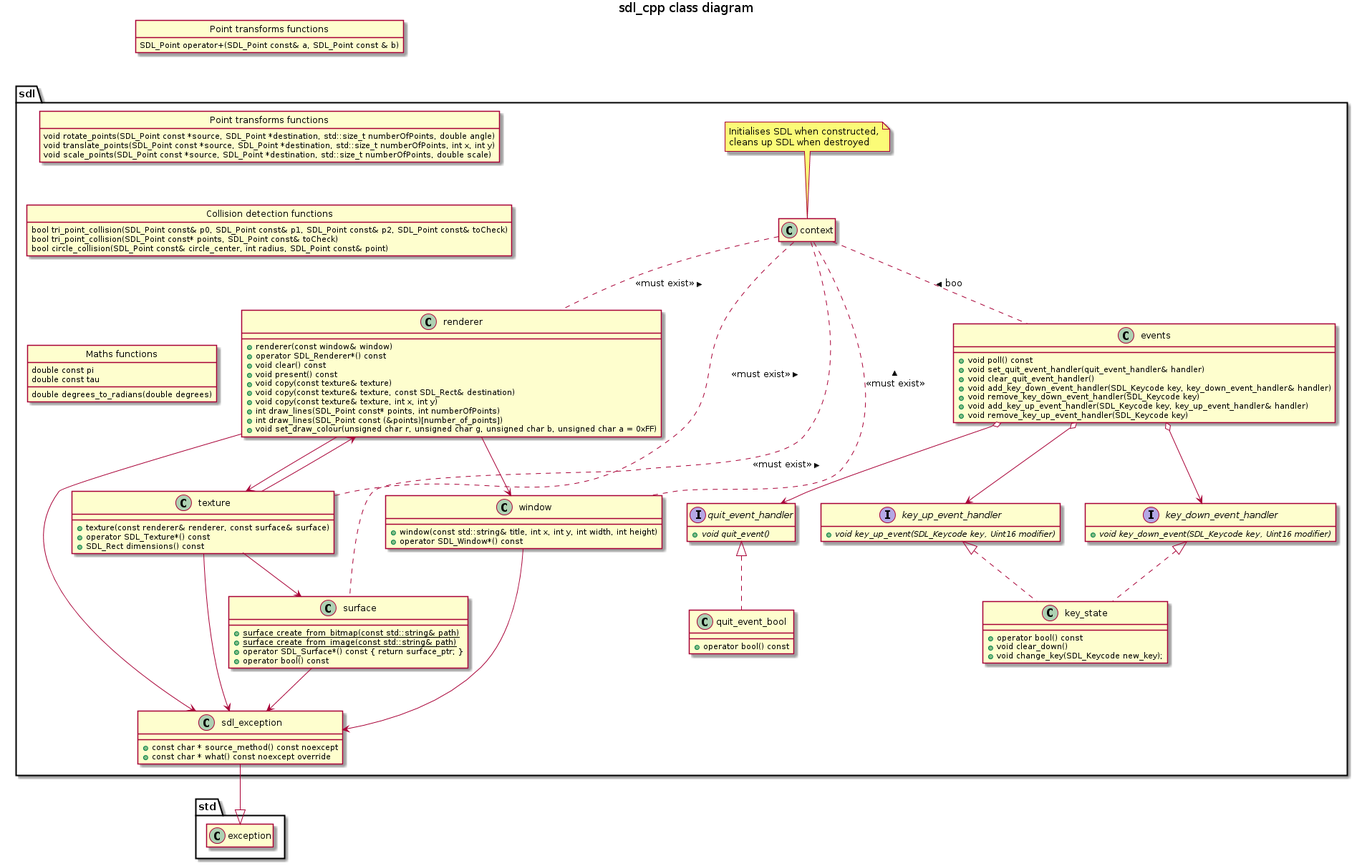
Earlier version of the PlantUML export sdl_cpp-class-diagram.png (hiddeninplainsight/sdl_cpp_wrapper). Its diagram source:
```plantuml
@startuml



hide interface fields

hide <<global>> circle
hide <<global>> fields
hide <<global>> stereotype

set namespaceSeparator ::


namespace sdl {
    class context

    note as context_note
    Initialises SDL when constructed,
    cleans up SDL when destroyed
    end note
    context_note .. context

    hide context methods
    hide context fields
}
namespace sdl {
    class "Collision detection functions" as collision_detection <<global>> {
        bool tri_point_collision(SDL_Point const& p0, SDL_Point const& p1, SDL_Point const& p2, SDL_Point const& toCheck)
        bool tri_point_collision(SDL_Point const* points, SDL_Point const& toCheck)
        bool circle_collision(SDL_Point const& circle_center, int radius, SDL_Point const& point)
    }
}
namespace sdl {
    class key_state {
        + operator bool() const
        + void clear_down()
        + void change_key(SDL_Keycode new_key);
    }

    key_down_event_handler <|.. key_state
    key_up_event_handler <|.. key_state
}
namespace sdl {
    class quit_event_bool {
        + operator bool() const
    }

    quit_event_handler <|.. quit_event_bool
}
namespace sdl {
    class events {
        + void poll() const
        + void set_quit_event_handler(quit_event_handler& handler)
        + void clear_quit_event_handler()
        + void add_key_down_event_handler(SDL_Keycode key, key_down_event_handler& handler)
        + void remove_key_down_event_handler(SDL_Keycode key)
        + void add_key_up_event_handler(SDL_Keycode key, key_up_event_handler& handler)
        + void remove_key_up_event_handler(SDL_Keycode key)
    }

    interface quit_event_handler {
        +{abstract} void quit_event()
    }

    interface key_down_event_handler {
        +{abstract} void key_down_event(SDL_Keycode key, Uint16 modifier)
    }

    interface key_up_event_handler {
        +{abstract} void key_up_event(SDL_Keycode key, Uint16 modifier)
    }

    events o--> quit_event_handler
    events o--> key_down_event_handler
    events o--> key_up_event_handler
    context .. events : boo <
}
namespace sdl {
    class sdl_exception {
        + const char * source_method() const noexcept
        + const char * what() const noexcept override
    }

    sdl_exception --|> std::exception
}

namespace std {
    hide exception methods
    hide exception fields
}
namespace sdl {
    class "Maths functions" as maths <<global>> {
        double const pi
        double const tau
        double degrees_to_radians(double degrees)
    }

    show maths fields
}
namespace sdl {
    class "Point transforms functions" as point_transforms <<global>> {
        void rotate_points(SDL_Point const *source, SDL_Point *destination, std::size_t numberOfPoints, double angle)
        void translate_points(SDL_Point const *source, SDL_Point *destination, std::size_t numberOfPoints, int x, int y)
        void scale_points(SDL_Point const *source, SDL_Point *destination, std::size_t numberOfPoints, double scale)
    }
}

class "Point transforms functions" as point_transforms <<global>> {
    SDL_Point operator+(SDL_Point const& a, SDL_Point const & b)
}
namespace sdl {
    class renderer {
        + renderer(const window& window)
        + operator SDL_Renderer*() const
        + void clear() const
        + void present() const
        + void copy(const texture& texture)
        + void copy(const texture& texture, const SDL_Rect& destination)
        + void copy(const texture& texture, int x, int y)
        + int draw_lines(SDL_Point const* points, int numberOfPoints)
        + int draw_lines(SDL_Point const (&points)[number_of_points])
        + void set_draw_colour(unsigned char r, unsigned char g, unsigned char b, unsigned char a = 0xFF)
    }

    renderer --> window
    renderer --> sdl_exception
    renderer --> texture
    context .. renderer : <<must exist>> <
}
namespace sdl {
    class surface {
        + {static} surface create_from_bitmap(const std::string& path)
        + {static} surface create_from_image(const std::string& path)
        + operator SDL_Surface*() const { return surface_ptr; }
        + operator bool() const
    }

    surface --> sdl_exception
    context .. surface : <<must exist>> <
}
namespace sdl {
    class texture {
        + texture(const renderer& renderer, const surface& surface)
        + operator SDL_Texture*() const
        + SDL_Rect dimensions() const
    }

    texture --> sdl_exception
    texture --> renderer
    texture --> surface
    context .. texture : <<must exist>> <
}
namespace sdl {
    class window {
        + window(const std::string& title, int x, int y, int width, int height)
        + operator SDL_Window*() const
    }

    window --> sdl_exception
    context .. window : <<must exist>> <
}

point_transforms -[hidden]-> sdl::point_transforms
sdl::point_transforms -[hidden]-> sdl::collision_detection
sdl::collision_detection -[hidden]-> sdl::maths

title
sdl_cpp class diagram
end title

@enduml
```
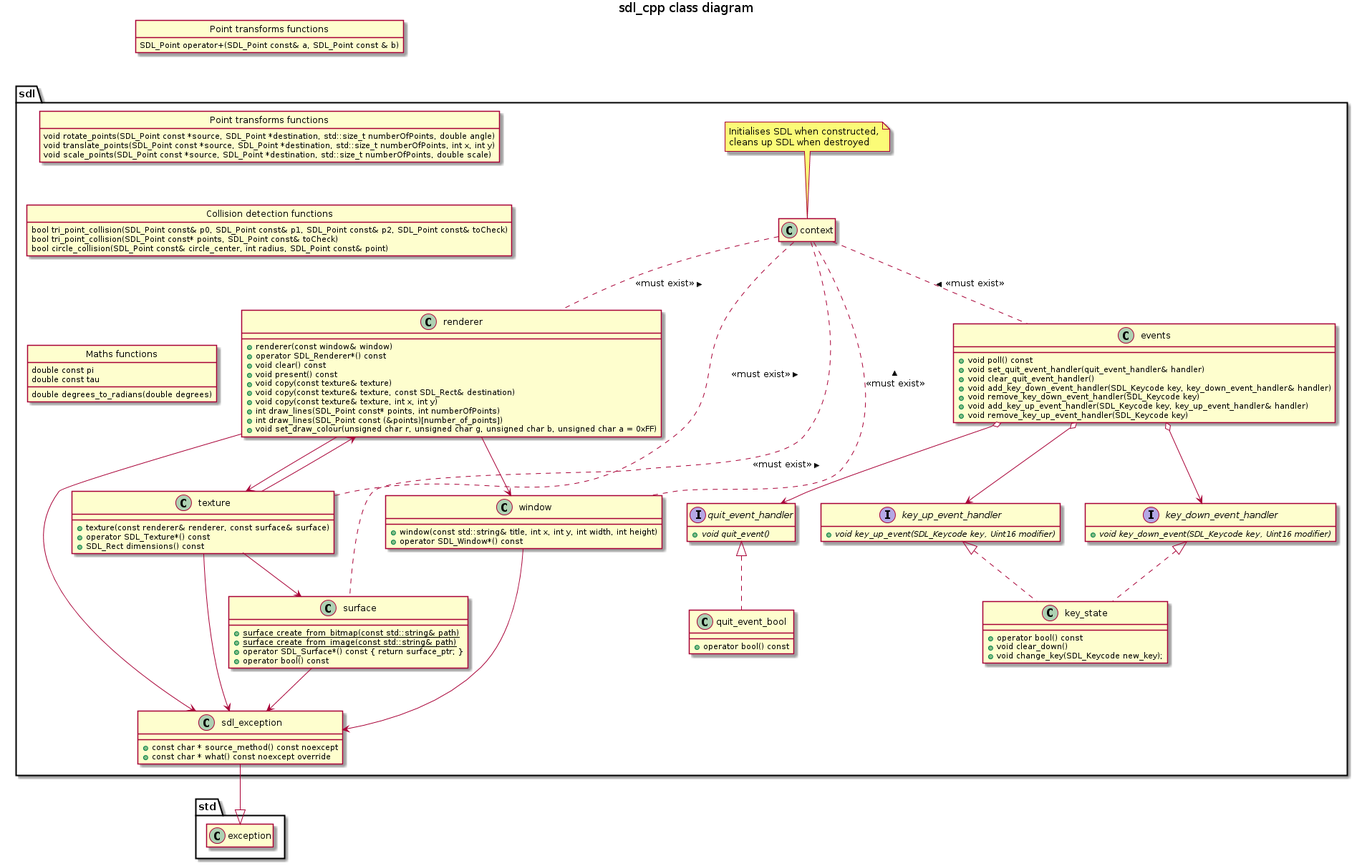
Above is the later version.

Commit message:
Fixed 'boo' instead of <<must exist>> in UML

What changed in the source:
```diff
@@ -73,7 +73,7 @@
     events o--> quit_event_handler
     events o--> key_down_event_handler
     events o--> key_up_event_handler
-    context .. events : boo <
+    context .. events : <<must exist>> <
 }
 namespace sdl {
     class sdl_exception {
```
